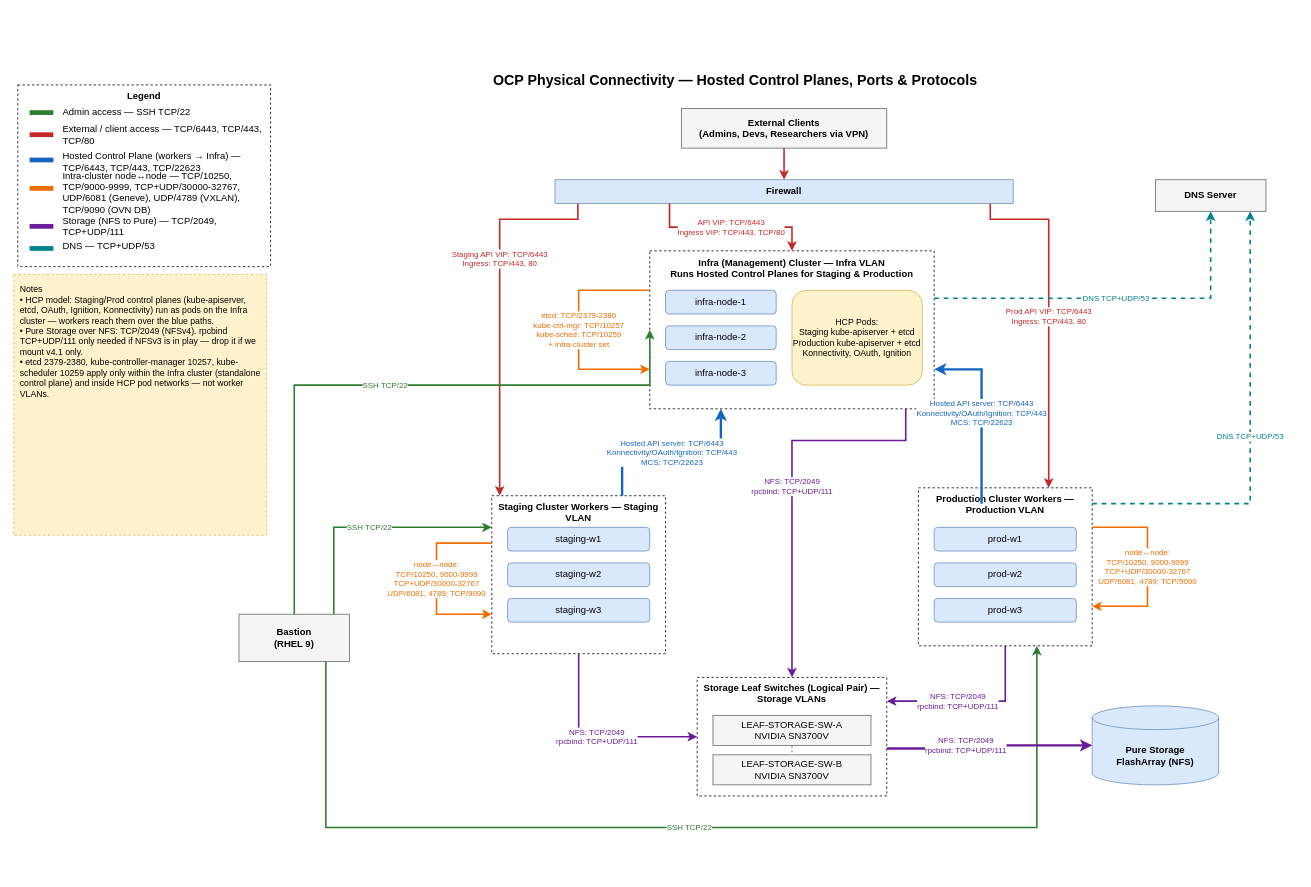
CCI-MOC/ai-ivp keeps this draw.io diagram as diagrams/ocp_physical_connectivity.drawio. Above is the earlier version. Source tidied: cells renumbered, new cells numbered last; positions are measured from the earlier drawing's top-left corner, leaving out a move shared by most shapes. Both pictures are drawn from the tidied source at 79%, with x=0, y=0 at pixel (13, 69).
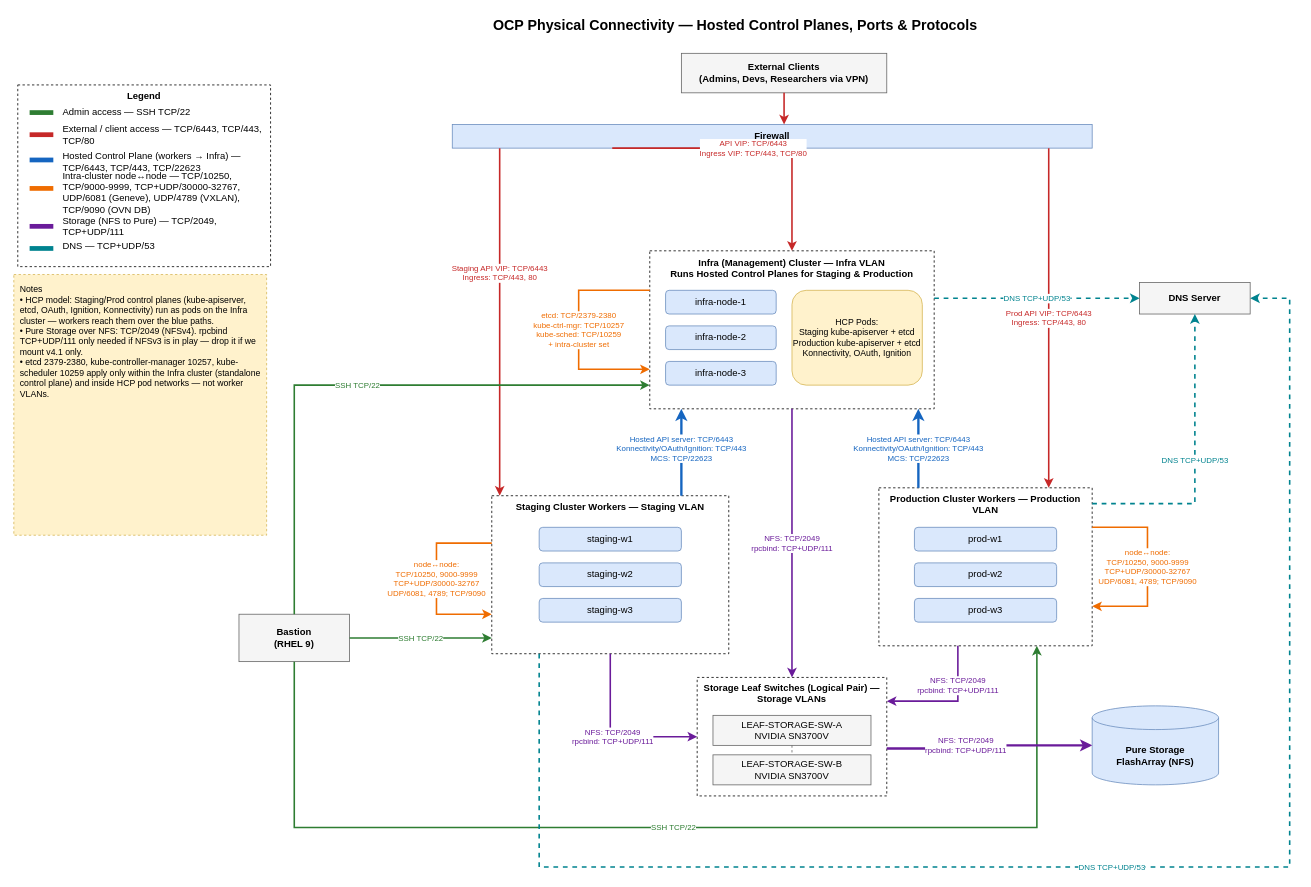
The same page after the edit.

Unchanged cells that the change refers to:
```xml
<mxCell id="19" value="Bastion&#10;(RHEL 9)" style="rounded=0;whiteSpace=wrap;html=1;fillColor=#f5f5f5;strokeColor=#666666;fontStyle=1;" parent="1" vertex="1">
  <mxGeometry x="285" y="690" width="140" height="60" as="geometry" />
</mxCell>
<mxCell id="20" value="Infra (Management) Cluster — Infra VLAN&#10;Runs Hosted Control Planes for Staging &amp; Production" style="rounded=0;whiteSpace=wrap;html=1;dashed=1;verticalAlign=top;fontStyle=1;fillColor=none;strokeColor=#000000;align=center;spacingTop=2;" parent="1" vertex="1">
  <mxGeometry x="805" y="230" width="360" height="200" as="geometry" />
</mxCell>
<mxCell id="36" value="Storage Leaf Switches (Logical Pair) — Storage VLANs" style="rounded=0;whiteSpace=wrap;html=1;dashed=1;verticalAlign=top;fontStyle=1;fillColor=none;strokeColor=#000000;align=center;" parent="1" vertex="1">
  <mxGeometry x="865" y="770" width="240" height="150" as="geometry" />
</mxCell>
```

Change to the diagram source:
```diff
@@
     <mxCell id="2" value="OCP Physical Connectivity — Hosted Control Planes, Ports &amp; Protocols" style="text;html=1;fontSize=18;fontStyle=1;align=left;verticalAlign=middle;" parent="1" vertex="1">
-      <mxGeometry x="605" width="700" height="30" as="geometry" />
+      <mxGeometry x="605" y="-70" width="700" height="30" as="geometry" />
     </mxCell>
@@
     <mxCell id="16" value="External Clients&#10;(Admins, Devs, Researchers via VPN)" style="rounded=0;whiteSpace=wrap;html=1;fillColor=#f5f5f5;strokeColor=#666666;fontStyle=1;" parent="1" vertex="1">
-      <mxGeometry x="845" y="50" width="260" height="50" as="geometry" />
+      <mxGeometry x="845" y="-20" width="260" height="50" as="geometry" />
     </mxCell>
     <mxCell id="17" value="Firewall" style="rounded=0;whiteSpace=wrap;html=1;fillColor=#dae8fc;strokeColor=#6c8ebf;fontStyle=1;" parent="1" vertex="1">
-      <mxGeometry x="685" y="140" width="580" height="30" as="geometry" />
+      <mxGeometry x="555" y="70" width="810" height="30" as="geometry" />
     </mxCell>
     <mxCell id="18" value="DNS Server" style="rounded=0;whiteSpace=wrap;html=1;fillColor=#f5f5f5;strokeColor=#666666;fontStyle=1;" parent="1" vertex="1">
-      <mxGeometry x="1445" y="140" width="140" height="40" as="geometry" />
+      <mxGeometry x="1425" y="270" width="140" height="40" as="geometry" />
     </mxCell>
@@
     <mxCell id="26" value="Staging Cluster Workers — Staging VLAN" style="rounded=0;whiteSpace=wrap;html=1;dashed=1;verticalAlign=top;fontStyle=1;fillColor=none;strokeColor=#000000;align=center;" parent="1" vertex="1">
-      <mxGeometry x="605" y="540" width="220" height="200" as="geometry" />
+      <mxGeometry x="605" y="540" width="300" height="200" as="geometry" />
     </mxCell>
     <mxCell id="27" value="staging-w1" style="rounded=1;whiteSpace=wrap;html=1;fillColor=#dae8fc;strokeColor=#6c8ebf;" parent="1" vertex="1">
-      <mxGeometry x="625" y="580" width="180" height="30" as="geometry" />
+      <mxGeometry x="665" y="580" width="180" height="30" as="geometry" />
     </mxCell>
     <mxCell id="28" value="staging-w2" style="rounded=1;whiteSpace=wrap;html=1;fillColor=#dae8fc;strokeColor=#6c8ebf;" parent="1" vertex="1">
-      <mxGeometry x="625" y="625" width="180" height="30" as="geometry" />
+      <mxGeometry x="665" y="625" width="180" height="30" as="geometry" />
     </mxCell>
     <mxCell id="29" value="staging-w3" style="rounded=1;whiteSpace=wrap;html=1;fillColor=#dae8fc;strokeColor=#6c8ebf;" parent="1" vertex="1">
-      <mxGeometry x="625" y="670" width="180" height="30" as="geometry" />
+      <mxGeometry x="665" y="670" width="180" height="30" as="geometry" />
     </mxCell>
@@
     <mxCell id="31" value="Production Cluster Workers — Production VLAN" style="rounded=0;whiteSpace=wrap;html=1;dashed=1;verticalAlign=top;fontStyle=1;fillColor=none;strokeColor=#000000;align=center;" parent="1" vertex="1">
-      <mxGeometry x="1145" y="530" width="220" height="200" as="geometry" />
+      <mxGeometry x="1095" y="530" width="270" height="200" as="geometry" />
     </mxCell>
     <mxCell id="32" value="prod-w1" style="rounded=1;whiteSpace=wrap;html=1;fillColor=#dae8fc;strokeColor=#6c8ebf;" parent="1" vertex="1">
-      <mxGeometry x="1165" y="580" width="180" height="30" as="geometry" />
+      <mxGeometry x="1140" y="580" width="180" height="30" as="geometry" />
     </mxCell>
     <mxCell id="33" value="prod-w2" style="rounded=1;whiteSpace=wrap;html=1;fillColor=#dae8fc;strokeColor=#6c8ebf;" parent="1" vertex="1">
-      <mxGeometry x="1165" y="625" width="180" height="30" as="geometry" />
+      <mxGeometry x="1140" y="625" width="180" height="30" as="geometry" />
     </mxCell>
     <mxCell id="34" value="prod-w3" style="rounded=1;whiteSpace=wrap;html=1;fillColor=#dae8fc;strokeColor=#6c8ebf;" parent="1" vertex="1">
-      <mxGeometry x="1165" y="670" width="180" height="30" as="geometry" />
+      <mxGeometry x="1140" y="670" width="180" height="30" as="geometry" />
     </mxCell>
@@
     <mxCell id="41" style="edgeStyle=orthogonalEdgeStyle;rounded=0;html=1;strokeColor=#C62828;strokeWidth=2;" parent="1" edge="1" source="16" target="17">
-      <mxGeometry relative="1" as="geometry" />
+      <mxGeometry relative="1" as="geometry">
+        <Array as="points">
+          <mxPoint x="975" y="70" />
+          <mxPoint x="975" y="70" />
+        </Array>
+      </mxGeometry>
     </mxCell>
     <mxCell id="42" value="API VIP: TCP/6443&#10;Ingress VIP: TCP/443, TCP/80" style="edgeStyle=orthogonalEdgeStyle;rounded=0;html=1;strokeColor=#C62828;fontColor=#C62828;fontSize=10;strokeWidth=2;exitX=0.25;exitY=1;" parent="1" edge="1" source="17" target="20">
-      <mxGeometry relative="1" as="geometry" />
+      <mxGeometry relative="1" as="geometry">
+        <Array as="points">
+          <mxPoint x="985" y="100" />
+        </Array>
+      </mxGeometry>
     </mxCell>
-    <mxCell id="43" value="Staging API VIP: TCP/6443&#10;Ingress: TCP/443, 80" style="edgeStyle=orthogonalEdgeStyle;rounded=0;html=1;strokeColor=#C62828;fontColor=#C62828;fontSize=10;strokeWidth=2;exitX=0.05;exitY=1;" parent="1" edge="1" source="17" target="26">
+    <mxCell id="43" value="Staging API VIP: TCP/6443&#10;Ingress: TCP/443, 80" style="edgeStyle=orthogonalEdgeStyle;rounded=0;html=1;strokeColor=#C62828;fontColor=#C62828;fontSize=10;strokeWidth=2;" parent="1" edge="1" source="17" target="26">
       <mxGeometry x="-0.28" relative="1" as="geometry">
         <Array as="points">
-          <mxPoint x="714" y="190" />
           <mxPoint x="615" y="190" />
-          <mxPoint x="615" y="550" />
+          <mxPoint x="615" y="190" />
         </Array>
       </mxGeometry>
     </mxCell>
-    <mxCell id="44" value="Prod API VIP: TCP/6443&#10;Ingress: TCP/443, 80" style="edgeStyle=orthogonalEdgeStyle;rounded=0;html=1;strokeColor=#C62828;fontColor=#C62828;fontSize=10;strokeWidth=2;exitX=0.95;exitY=1;entryX=0.75;entryY=0;entryDx=0;entryDy=0;" parent="1" edge="1" source="17" target="31">
+    <mxCell id="44" value="Prod API VIP: TCP/6443&#10;Ingress: TCP/443, 80" style="edgeStyle=orthogonalEdgeStyle;rounded=0;html=1;strokeColor=#C62828;fontColor=#C62828;fontSize=10;strokeWidth=2;" parent="1" edge="1" source="17" target="31">
       <mxGeometry relative="1" as="geometry">
         <Array as="points">
-          <mxPoint x="1236" y="190" />
-          <mxPoint x="1310" y="190" />
+          <mxPoint x="1310" y="150" />
+          <mxPoint x="1310" y="150" />
         </Array>
       </mxGeometry>
     </mxCell>
-    <mxCell id="45" value="SSH TCP/22" style="edgeStyle=orthogonalEdgeStyle;rounded=0;html=1;strokeColor=#2E7D32;fontColor=#2E7D32;fontSize=10;strokeWidth=2;entryX=0;entryY=0.5;" parent="1" edge="1" source="19" target="20">
+    <mxCell id="45" value="SSH TCP/22" style="edgeStyle=orthogonalEdgeStyle;rounded=0;html=1;strokeColor=#2E7D32;fontColor=#2E7D32;fontSize=10;strokeWidth=2;" parent="1" edge="1" source="19" target="20">
       <mxGeometry relative="1" as="geometry">
         <Array as="points">
           <mxPoint x="355" y="400" />
-          <mxPoint x="805" y="400" />
         </Array>
       </mxGeometry>
     </mxCell>
-    <mxCell id="46" value="SSH TCP/22" style="edgeStyle=orthogonalEdgeStyle;rounded=0;html=1;strokeColor=#2E7D32;fontColor=#2E7D32;fontSize=10;strokeWidth=2;entryX=0;entryY=0.2;" parent="1" edge="1" source="19" target="26">
+    <mxCell id="46" value="SSH TCP/22" style="edgeStyle=orthogonalEdgeStyle;rounded=0;html=1;strokeColor=#2E7D32;fontColor=#2E7D32;fontSize=10;strokeWidth=2;" parent="1" edge="1" source="19" target="26">
       <mxGeometry relative="1" as="geometry">
         <Array as="points">
-          <mxPoint x="405" y="580" />
+          <mxPoint x="505" y="720" />
+          <mxPoint x="505" y="720" />
         </Array>
       </mxGeometry>
     </mxCell>
-    <mxCell id="47" value="SSH TCP/22" style="edgeStyle=orthogonalEdgeStyle;rounded=0;html=1;strokeColor=#2E7D32;fontColor=#2E7D32;fontSize=10;strokeWidth=2;exitX=0.5;exitY=1;entryX=0.5;entryY=1;" parent="1" edge="1">
+    <mxCell id="47" value="SSH TCP/22" style="edgeStyle=orthogonalEdgeStyle;rounded=0;html=1;strokeColor=#2E7D32;fontColor=#2E7D32;fontSize=10;strokeWidth=2;entryX=0.5;entryY=1;" parent="1" edge="1" source="19">
       <mxGeometry relative="1" as="geometry">
-        <mxPoint x="395" y="750" as="sourcePoint" />
         <mxPoint x="1295" y="730" as="targetPoint" />
         <Array as="points">
-          <mxPoint x="395" y="960" />
+          <mxPoint x="355" y="960" />
           <mxPoint x="1295" y="960" />
         </Array>
       </mxGeometry>
     </mxCell>
-    <mxCell id="48" value="Hosted API server: TCP/6443&#10;Konnectivity/OAuth/Ignition: TCP/443&#10;MCS: TCP/22623" style="edgeStyle=orthogonalEdgeStyle;rounded=0;html=1;strokeColor=#1565C0;fontColor=#1565C0;fontSize=10;strokeWidth=3;exitX=0.75;exitY=0;entryX=0.25;entryY=1;" parent="1" edge="1" source="26" target="20">
-      <mxGeometry relative="1" as="geometry" />
+    <mxCell id="48" value="Hosted API server: TCP/6443&#10;Konnectivity/OAuth/Ignition: TCP/443&#10;MCS: TCP/22623" style="edgeStyle=orthogonalEdgeStyle;rounded=0;html=1;strokeColor=#1565C0;fontColor=#1565C0;fontSize=10;strokeWidth=3;" parent="1" edge="1" source="26" target="20">
+      <mxGeometry x="0.09" relative="1" as="geometry">
+        <Array as="points">
+          <mxPoint x="845" y="520" />
+          <mxPoint x="845" y="520" />
+        </Array>
+      </mxGeometry>
     </mxCell>
-    <mxCell id="49" value="Hosted API server: TCP/6443&#10;Konnectivity/OAuth/Ignition: TCP/443&#10;MCS: TCP/22623" style="edgeStyle=orthogonalEdgeStyle;rounded=0;html=1;strokeColor=#1565C0;fontColor=#1565C0;fontSize=10;strokeWidth=3;entryX=1;entryY=0.75;entryDx=0;entryDy=0;" parent="1" edge="1" target="20">
+    <mxCell id="49" value="Hosted API server: TCP/6443&#10;Konnectivity/OAuth/Ignition: TCP/443&#10;MCS: TCP/22623" style="edgeStyle=orthogonalEdgeStyle;rounded=0;html=1;strokeColor=#1565C0;fontColor=#1565C0;fontSize=10;strokeWidth=3;" parent="1" edge="1" source="31" target="20">
       <mxGeometry relative="1" as="geometry">
-        <mxPoint x="1225" y="550" as="sourcePoint" />
         <Array as="points">
-          <mxPoint x="1225" y="550" />
-          <mxPoint x="1225" y="380" />
+          <mxPoint x="1145" y="470" />
+          <mxPoint x="1145" y="470" />
         </Array>
       </mxGeometry>
     </mxCell>
-    <mxCell id="50" value="DNS TCP+UDP/53" style="edgeStyle=orthogonalEdgeStyle;rounded=0;html=1;strokeColor=#00838F;fontColor=#00838F;fontSize=10;strokeWidth=2;exitX=1;exitY=0.3;entryX=0.5;entryY=1;dashed=1;" parent="1" edge="1" source="20" target="18">
+    <mxCell id="50" value="DNS TCP+UDP/53" style="edgeStyle=orthogonalEdgeStyle;rounded=0;html=1;strokeColor=#00838F;fontColor=#00838F;fontSize=10;strokeWidth=2;exitX=1;exitY=0.3;dashed=1;" parent="1" edge="1" source="20" target="18">
       <mxGeometry relative="1" as="geometry" />
     </mxCell>
-    <mxCell id="51" value="DNS TCP+UDP/53" style="edgeStyle=orthogonalEdgeStyle;rounded=0;html=1;strokeColor=#00838F;fontColor=#00838F;fontSize=10;strokeWidth=2;exitX=1;exitY=0.1;dashed=1;" parent="1" edge="1" source="31">
+    <mxCell id="51" value="DNS TCP+UDP/53" style="edgeStyle=orthogonalEdgeStyle;rounded=0;html=1;strokeColor=#00838F;fontColor=#00838F;fontSize=10;strokeWidth=2;exitX=1;exitY=0.1;dashed=1;" parent="1" edge="1" source="31" target="18">
       <mxGeometry relative="1" as="geometry">
-        <mxPoint x="1565" y="180" as="targetPoint" />
         <Array as="points">
-          <mxPoint x="1565" y="550" />
+          <mxPoint x="1495" y="550" />
         </Array>
       </mxGeometry>
     </mxCell>
-    <mxCell id="52" value="NFS: TCP/2049&#10;rpcbind: TCP+UDP/111" style="edgeStyle=orthogonalEdgeStyle;rounded=0;html=1;strokeColor=#6A1B9A;fontColor=#6A1B9A;fontSize=10;strokeWidth=2;exitX=0.9;exitY=1;entryX=0.5;entryY=0;" parent="1" edge="1" source="20" target="36">
-      <mxGeometry relative="1" as="geometry">
-        <Array as="points">
-          <mxPoint x="1129" y="470" />
-          <mxPoint x="985" y="470" />
-        </Array>
-      </mxGeometry>
+    <mxCell id="52" value="NFS: TCP/2049&#10;rpcbind: TCP+UDP/111" style="edgeStyle=orthogonalEdgeStyle;rounded=0;html=1;strokeColor=#6A1B9A;fontColor=#6A1B9A;fontSize=10;strokeWidth=2;" parent="1" edge="1" source="20" target="36">
+      <mxGeometry relative="1" as="geometry" />
     </mxCell>
-    <mxCell id="53" value="NFS: TCP/2049&#10;rpcbind: TCP+UDP/111" style="edgeStyle=orthogonalEdgeStyle;rounded=0;html=1;strokeColor=#6A1B9A;fontColor=#6A1B9A;fontSize=10;strokeWidth=2;exitX=0.5;exitY=1;entryX=0;entryY=0.5;" parent="1" edge="1" source="26" target="36">
+    <mxCell id="53" value="NFS: TCP/2049&#10;rpcbind: TCP+UDP/111" style="edgeStyle=orthogonalEdgeStyle;rounded=0;html=1;strokeColor=#6A1B9A;fontColor=#6A1B9A;fontSize=10;strokeWidth=2;entryX=0;entryY=0.5;" parent="1" edge="1" source="26" target="36">
       <mxGeometry relative="1" as="geometry">
         <Array as="points">
-          <mxPoint x="715" y="845" />
+          <mxPoint x="755" y="845" />
         </Array>
       </mxGeometry>
     </mxCell>
-    <mxCell id="54" value="NFS: TCP/2049&#10;rpcbind: TCP+UDP/111" style="edgeStyle=orthogonalEdgeStyle;rounded=0;html=1;strokeColor=#6A1B9A;fontColor=#6A1B9A;fontSize=10;strokeWidth=2;exitX=0.5;exitY=1;entryX=1;entryY=0.2;" parent="1" edge="1" source="31" target="36">
-      <mxGeometry x="0.18" relative="1" as="geometry">
+    <mxCell id="54" value="NFS: TCP/2049&#10;rpcbind: TCP+UDP/111" style="edgeStyle=orthogonalEdgeStyle;rounded=0;html=1;strokeColor=#6A1B9A;fontColor=#6A1B9A;fontSize=10;strokeWidth=2;entryX=1;entryY=0.2;" parent="1" edge="1" source="31" target="36">
+      <mxGeometry x="-0.38" relative="1" as="geometry">
         <Array as="points">
-          <mxPoint x="1255" y="800" />
+          <mxPoint x="1195" y="800" />
         </Array>
       </mxGeometry>
     </mxCell>
@@
+    <mxCell id="57" value="DNS TCP+UDP/53" style="edgeStyle=orthogonalEdgeStyle;rounded=0;html=1;strokeColor=#00838F;fontColor=#00838F;fontSize=10;strokeWidth=2;dashed=1;" parent="1" edge="1" source="26" target="18">
+      <mxGeometry relative="1" as="geometry">
+        <Array as="points">
+          <mxPoint x="665" y="1010" />
+          <mxPoint x="1615" y="1010" />
+          <mxPoint x="1615" y="290" />
+        </Array>
+      </mxGeometry>
+    </mxCell>
```
